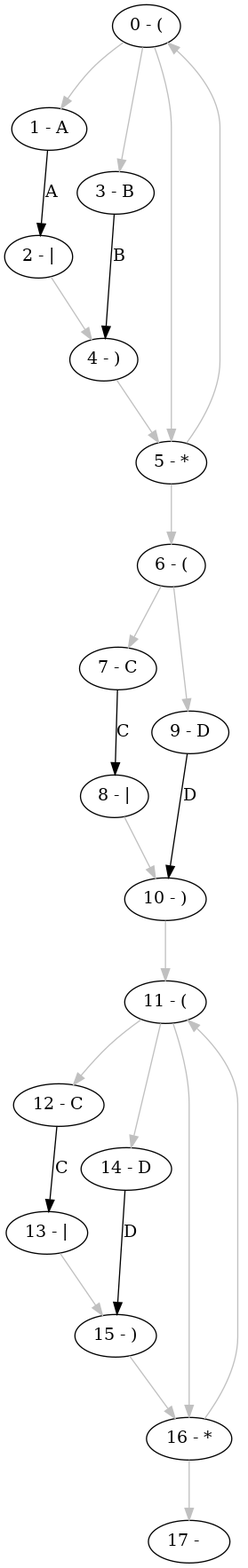
Above: graph.png in Giatroo/MAC0323-EP3 (Graphviz), before the change. Its source is kept beside it as graph.gv.
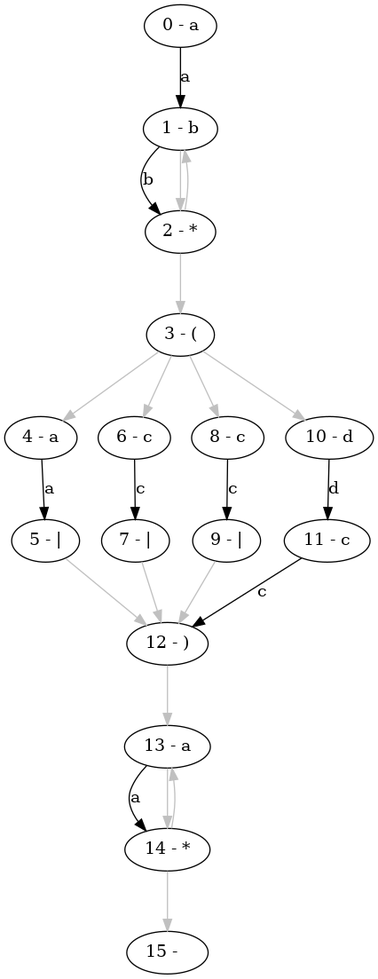
Later version of the same file.

The edit, as a diff of the source:
```diff
@@ -1,26 +1,24 @@
 digraph foo {
-	"0 - (" -> "1 - A" [label=" "; color=grey];
-	"0 - (" -> "3 - B" [label=" "; color=grey];
-	"0 - (" -> "5 - *" [label=" "; color=grey];
-	"1 - A" -> "2 - |" [label="A"];
-	"2 - |" -> "4 - )" [label=" "; color=grey];
-	"3 - B" -> "4 - )" [label="B"];
-	"4 - )" -> "5 - *" [label=" "; color=grey];
-	"5 - *" -> "0 - (" [label=" "; color=grey];
-	"5 - *" -> "6 - (" [label=" "; color=grey];
-	"6 - (" -> "7 - C" [label=" "; color=grey];
-	"6 - (" -> "9 - D" [label=" "; color=grey];
-	"7 - C" -> "8 - |" [label="C"];
-	"8 - |" -> "10 - )" [label=" "; color=grey];
-	"9 - D" -> "10 - )" [label="D"];
-	"10 - )" -> "11 - (" [label=" "; color=grey];
-	"11 - (" -> "12 - C" [label=" "; color=grey];
-	"11 - (" -> "14 - D" [label=" "; color=grey];
-	"11 - (" -> "16 - *" [label=" "; color=grey];
-	"12 - C" -> "13 - |" [label="C"];
-	"13 - |" -> "15 - )" [label=" "; color=grey];
-	"14 - D" -> "15 - )" [label="D"];
-	"15 - )" -> "16 - *" [label=" "; color=grey];
-	"16 - *" -> "11 - (" [label=" "; color=grey];
-	"16 - *" -> "17 -  " [label=" "; color=grey];
+	"0 - a" -> "1 - b" [label="a"];
+	"1 - b" -> "2 - *" [label="b"];
+	"1 - b" -> "2 - *" [label=" "; color=grey];
+	"2 - *" -> "3 - (" [label=" "; color=grey];
+	"2 - *" -> "1 - b" [label=" "; color=grey];
+	"3 - (" -> "4 - a" [label=" "; color=grey];
+	"3 - (" -> "6 - c" [label=" "; color=grey];
+	"3 - (" -> "8 - c" [label=" "; color=grey];
+	"3 - (" -> "10 - d" [label=" "; color=grey];
+	"4 - a" -> "5 - |" [label="a"];
+	"5 - |" -> "12 - )" [label=" "; color=grey];
+	"6 - c" -> "7 - |" [label="c"];
+	"7 - |" -> "12 - )" [label=" "; color=grey];
+	"8 - c" -> "9 - |" [label="c"];
+	"9 - |" -> "12 - )" [label=" "; color=grey];
+	"10 - d" -> "11 - c" [label="d"];
+	"11 - c" -> "12 - )" [label="c"];
+	"12 - )" -> "13 - a" [label=" "; color=grey];
+	"13 - a" -> "14 - *" [label="a"];
+	"13 - a" -> "14 - *" [label=" "; color=grey];
+	"14 - *" -> "15 -  " [label=" "; color=grey];
+	"14 - *" -> "13 - a" [label=" "; color=grey];
 }
```
